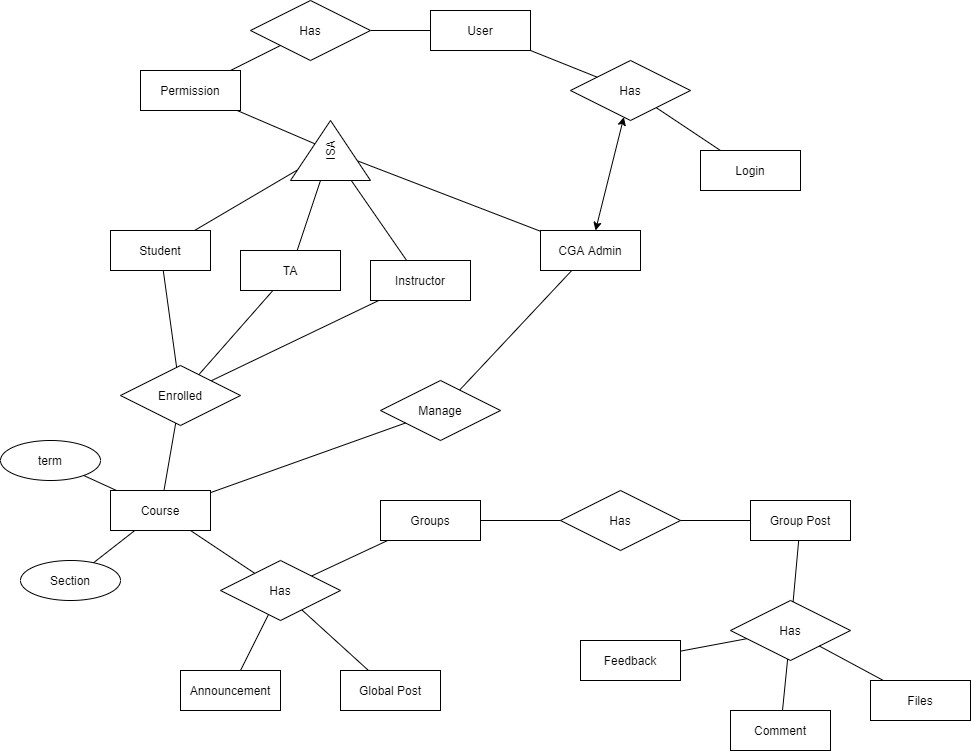
Before: ProjectERD.drawio.png, a diagram exported from draw.io (mikepoullas/COMP5531_GROUP_4_Winter_2022). Source tidied: cells renumbered, new cells last; positions are measured from the earlier drawing's top-left corner, leaving out a move shared by most shapes.
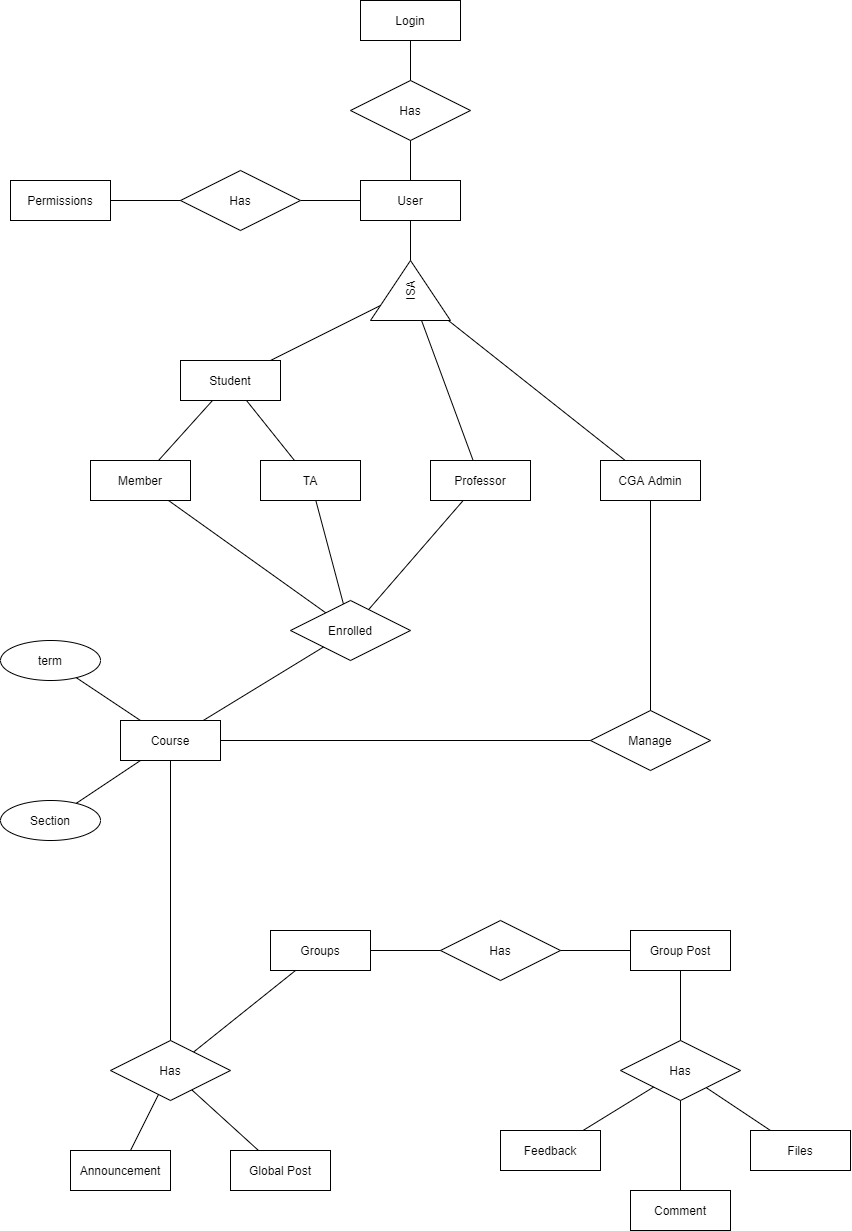
The same diagram one commit later.

Diff of the diagram source:
```diff
@@ -3,28 +3,28 @@
     <mxCell id="0" />
     <mxCell id="1" parent="0" />
     <mxCell id="2" value="Has" style="shape=rhombus;perimeter=rhombusPerimeter;whiteSpace=wrap;html=1;align=center;" parent="1" vertex="1">
-      <mxGeometry x="570" y="60" width="120" height="60" as="geometry" />
+      <mxGeometry x="460" y="-640" width="120" height="60" as="geometry" />
     </mxCell>
     <mxCell id="3" value="Login" style="whiteSpace=wrap;html=1;align=center;" parent="1" vertex="1">
-      <mxGeometry x="700" y="150" width="100" height="40" as="geometry" />
+      <mxGeometry x="470" y="-720" width="100" height="40" as="geometry" />
     </mxCell>
     <mxCell id="4" value="User" style="whiteSpace=wrap;html=1;align=center;" parent="1" vertex="1">
-      <mxGeometry x="430" y="10" width="100" height="40" as="geometry" />
+      <mxGeometry x="470" y="-540" width="100" height="40" as="geometry" />
     </mxCell>
     <mxCell id="5" value="Manage" style="shape=rhombus;perimeter=rhombusPerimeter;whiteSpace=wrap;html=1;align=center;" parent="1" vertex="1">
-      <mxGeometry x="380" y="380" width="120" height="60" as="geometry" />
+      <mxGeometry x="700" y="-10" width="120" height="60" as="geometry" />
     </mxCell>
     <mxCell id="6" value="Groups" style="whiteSpace=wrap;html=1;align=center;" parent="1" vertex="1">
-      <mxGeometry x="380" y="500" width="100" height="40" as="geometry" />
+      <mxGeometry x="380" y="210" width="100" height="40" as="geometry" />
     </mxCell>
     <mxCell id="7" value="Global Post" style="whiteSpace=wrap;html=1;align=center;" parent="1" vertex="1">
-      <mxGeometry x="340" y="670" width="100" height="40" as="geometry" />
+      <mxGeometry x="340" y="430" width="100" height="40" as="geometry" />
     </mxCell>
     <mxCell id="8" value="Announcement" style="whiteSpace=wrap;html=1;align=center;" parent="1" vertex="1">
-      <mxGeometry x="180" y="670" width="100" height="40" as="geometry" />
+      <mxGeometry x="180" y="430" width="100" height="40" as="geometry" />
     </mxCell>
     <mxCell id="9" value="Course" style="whiteSpace=wrap;html=1;align=center;" parent="1" vertex="1">
-      <mxGeometry x="110" y="490" width="100" height="40" as="geometry" />
+      <mxGeometry x="230" width="100" height="40" as="geometry" />
     </mxCell>
     <mxCell id="10" style="endArrow=none;html=1;rounded=0;" parent="1" edge="1" source="3" target="2">
       <mxGeometry relative="1" as="geometry" />
@@ -35,14 +35,11 @@
     <mxCell id="12" style="endArrow=none;html=1;rounded=0;" parent="1" edge="1" source="6" target="15">
       <mxGeometry relative="1" as="geometry" />
     </mxCell>
-    <mxCell id="13" style="endArrow=none;html=1;rounded=0;" parent="1" edge="1" source="48" target="49">
-      <mxGeometry relative="1" as="geometry" />
-    </mxCell>
     <mxCell id="14" style="endArrow=none;html=1;rounded=0;" parent="1" edge="1" source="8" target="15">
       <mxGeometry relative="1" as="geometry" />
     </mxCell>
     <mxCell id="15" value="Has" style="shape=rhombus;perimeter=rhombusPerimeter;whiteSpace=wrap;html=1;align=center;" parent="1" vertex="1">
-      <mxGeometry x="220" y="560" width="120" height="60" as="geometry" />
+      <mxGeometry x="220" y="320" width="120" height="60" as="geometry" />
     </mxCell>
     <mxCell id="16" style="endArrow=none;html=1;rounded=0;" parent="1" edge="1" source="15" target="7">
       <mxGeometry relative="1" as="geometry" />
@@ -54,25 +51,25 @@
       <mxGeometry relative="1" as="geometry" />
     </mxCell>
     <mxCell id="19" value="Section" style="ellipse;whiteSpace=wrap;html=1;align=center;" parent="1" vertex="1">
-      <mxGeometry x="20" y="560" width="100" height="40" as="geometry" />
+      <mxGeometry x="110" y="80" width="100" height="40" as="geometry" />
     </mxCell>
     <mxCell id="20" style="endArrow=none;html=1;rounded=0;" parent="1" edge="1" source="19" target="9">
       <mxGeometry relative="1" as="geometry" />
     </mxCell>
     <mxCell id="21" value="Has" style="shape=rhombus;perimeter=rhombusPerimeter;whiteSpace=wrap;html=1;align=center;" parent="1" vertex="1">
-      <mxGeometry x="560" y="490" width="120" height="60" as="geometry" />
+      <mxGeometry x="550" y="200" width="120" height="60" as="geometry" />
     </mxCell>
     <mxCell id="22" style="endArrow=none;html=1;rounded=0;" parent="1" edge="1" source="21" target="6">
       <mxGeometry relative="1" as="geometry" />
     </mxCell>
     <mxCell id="23" value="Group Post" style="whiteSpace=wrap;html=1;align=center;" parent="1" vertex="1">
-      <mxGeometry x="750" y="500" width="100" height="40" as="geometry" />
+      <mxGeometry x="740" y="210" width="100" height="40" as="geometry" />
     </mxCell>
     <mxCell id="24" style="endArrow=none;html=1;rounded=0;" parent="1" edge="1" source="21" target="23">
       <mxGeometry relative="1" as="geometry" />
     </mxCell>
     <mxCell id="25" value="Has" style="shape=rhombus;perimeter=rhombusPerimeter;whiteSpace=wrap;html=1;align=center;" parent="1" vertex="1">
-      <mxGeometry x="730" y="600" width="120" height="60" as="geometry" />
+      <mxGeometry x="730" y="320" width="120" height="60" as="geometry" />
     </mxCell>
     <mxCell id="26" style="endArrow=none;html=1;rounded=0;" parent="1" edge="1" source="25" target="23">
       <mxGeometry relative="1" as="geometry" />
@@ -81,13 +78,13 @@
       <mxGeometry relative="1" as="geometry" />
     </mxCell>
     <mxCell id="28" value="Files" style="whiteSpace=wrap;html=1;align=center;" parent="1" vertex="1">
-      <mxGeometry x="870" y="680" width="100" height="40" as="geometry" />
+      <mxGeometry x="860" y="410" width="100" height="40" as="geometry" />
     </mxCell>
     <mxCell id="29" value="Comment" style="whiteSpace=wrap;html=1;align=center;" parent="1" vertex="1">
-      <mxGeometry x="730" y="710" width="100" height="40" as="geometry" />
+      <mxGeometry x="740" y="470" width="100" height="40" as="geometry" />
     </mxCell>
     <mxCell id="30" value="Feedback" style="whiteSpace=wrap;html=1;align=center;" parent="1" vertex="1">
-      <mxGeometry x="580" y="640" width="100" height="40" as="geometry" />
+      <mxGeometry x="610" y="410" width="100" height="40" as="geometry" />
     </mxCell>
     <mxCell id="31" style="endArrow=none;html=1;rounded=0;" parent="1" edge="1" source="25" target="29">
       <mxGeometry relative="1" as="geometry" />
@@ -99,36 +96,33 @@
       <mxGeometry relative="1" as="geometry" />
     </mxCell>
     <mxCell id="34" value="TA" style="whiteSpace=wrap;html=1;align=center;" parent="1" vertex="1">
-      <mxGeometry x="240" y="250" width="100" height="40" as="geometry" />
+      <mxGeometry x="370" y="-260" width="100" height="40" as="geometry" />
     </mxCell>
-    <mxCell id="35" value="Instructor" style="whiteSpace=wrap;html=1;align=center;" parent="1" vertex="1">
-      <mxGeometry x="370" y="260" width="100" height="40" as="geometry" />
+    <mxCell id="35" value="Professor" style="whiteSpace=wrap;html=1;align=center;" parent="1" vertex="1">
+      <mxGeometry x="540" y="-260" width="100" height="40" as="geometry" />
     </mxCell>
     <mxCell id="36" value="Student" style="whiteSpace=wrap;html=1;align=center;" parent="1" vertex="1">
-      <mxGeometry x="110" y="230" width="100" height="40" as="geometry" />
+      <mxGeometry x="290" y="-360" width="100" height="40" as="geometry" />
     </mxCell>
     <mxCell id="37" style="endArrow=none;html=1;rounded=0;" parent="1" edge="1" source="36" target="48">
       <mxGeometry relative="1" as="geometry" />
     </mxCell>
-    <mxCell id="38" style="endArrow=none;html=1;rounded=0;" parent="1" edge="1" source="34" target="48">
+    <mxCell id="38" style="endArrow=none;html=1;rounded=0;" parent="1" edge="1" source="34" target="36">
       <mxGeometry relative="1" as="geometry" />
     </mxCell>
     <mxCell id="39" style="endArrow=none;html=1;rounded=0;" parent="1" edge="1" source="35" target="48">
       <mxGeometry relative="1" as="geometry" />
     </mxCell>
     <mxCell id="40" value="Has" style="shape=rhombus;perimeter=rhombusPerimeter;whiteSpace=wrap;html=1;align=center;" parent="1" vertex="1">
-      <mxGeometry x="250" width="120" height="60" as="geometry" />
+      <mxGeometry x="290" y="-550" width="120" height="60" as="geometry" />
     </mxCell>
     <mxCell id="41" value="CGA Admin" style="whiteSpace=wrap;html=1;align=center;" parent="1" vertex="1">
-      <mxGeometry x="540" y="230" width="100" height="40" as="geometry" />
+      <mxGeometry x="710" y="-260" width="100" height="40" as="geometry" />
     </mxCell>
     <mxCell id="42" style="endArrow=none;html=1;rounded=0;" parent="1" edge="1" source="41" target="48">
       <mxGeometry relative="1" as="geometry" />
     </mxCell>
-    <mxCell id="43" style="endArrow=classic;startArrow=classic;html=1;" parent="1" edge="1" source="41" target="2">
-      <mxGeometry relative="1" as="geometry" />
-    </mxCell>
-    <mxCell id="44" style="endArrow=none;html=1;rounded=0;" parent="1" edge="1" source="36" target="53">
+    <mxCell id="44" style="endArrow=none;html=1;rounded=0;" parent="1" edge="1" source="56" target="53">
       <mxGeometry relative="1" as="geometry" />
     </mxCell>
     <mxCell id="45" style="endArrow=none;html=1;rounded=0;" parent="1" edge="1" source="34" target="53">
@@ -141,25 +135,34 @@
       <mxGeometry relative="1" as="geometry" />
     </mxCell>
     <mxCell id="48" value="ISA" style="triangle;whiteSpace=wrap;html=1;rotation=-90;" parent="1" vertex="1">
-      <mxGeometry x="300" y="110" width="60" height="80" as="geometry" />
+      <mxGeometry x="490" y="-470" width="60" height="80" as="geometry" />
     </mxCell>
-    <mxCell id="49" value="Permission" style="whiteSpace=wrap;html=1;align=center;" parent="1" vertex="1">
-      <mxGeometry x="140" y="70" width="100" height="40" as="geometry" />
+    <mxCell id="49" value="Permissions" style="whiteSpace=wrap;html=1;align=center;" parent="1" vertex="1">
+      <mxGeometry x="120" y="-540" width="100" height="40" as="geometry" />
     </mxCell>
     <mxCell id="50" style="endArrow=none;html=1;rounded=0;" parent="1" edge="1" source="40" target="49">
       <mxGeometry relative="1" as="geometry" />
     </mxCell>
     <mxCell id="51" value="term" style="ellipse;whiteSpace=wrap;html=1;align=center;" parent="1" vertex="1">
-      <mxGeometry y="440" width="100" height="40" as="geometry" />
+      <mxGeometry x="110" y="-80" width="100" height="40" as="geometry" />
     </mxCell>
     <mxCell id="52" style="endArrow=none;html=1;rounded=0;" parent="1" edge="1" source="51" target="9">
       <mxGeometry relative="1" as="geometry" />
     </mxCell>
     <mxCell id="53" value="Enrolled" style="shape=rhombus;perimeter=rhombusPerimeter;whiteSpace=wrap;html=1;align=center;" parent="1" vertex="1">
-      <mxGeometry x="120" y="365" width="120" height="60" as="geometry" />
+      <mxGeometry x="400" y="-120" width="120" height="60" as="geometry" />
     </mxCell>
     <mxCell id="54" style="endArrow=none;html=1;rounded=0;" parent="1" edge="1" source="9" target="53">
       <mxGeometry relative="1" as="geometry" />
     </mxCell>
+    <mxCell id="55" style="endArrow=none;html=1;rounded=0;" parent="1" edge="1" source="48" target="4">
+      <mxGeometry relative="1" as="geometry" />
+    </mxCell>
+    <mxCell id="56" value="Member" style="whiteSpace=wrap;html=1;align=center;" parent="1" vertex="1">
+      <mxGeometry x="200" y="-260" width="100" height="40" as="geometry" />
+    </mxCell>
+    <mxCell id="57" style="endArrow=none;html=1;rounded=0;" parent="1" edge="1" source="56" target="36">
+      <mxGeometry relative="1" as="geometry" />
+    </mxCell>
   </root>
 </mxGraphModel>
```
